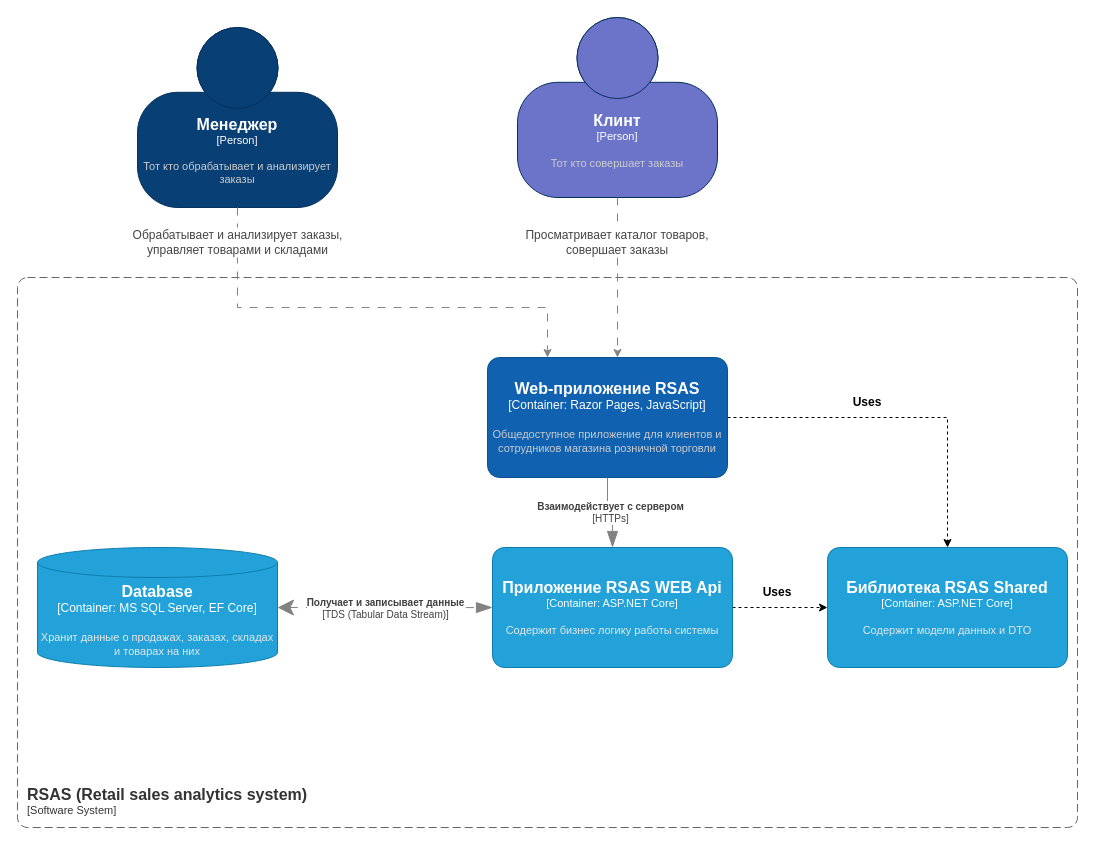
Above: page "Context" (1 of 6) of Documentation/Code/C4/C4.drawio in FranGranDev/RSAS (draw.io), before the change. Source tidied: cells renumbered, new cells numbered last; positions are measured from the earlier drawing's top-left corner, leaving out a move shared by most shapes. Both pictures are drawn from the tidied source at 100%, with x=0, y=0 at pixel (17, 17).
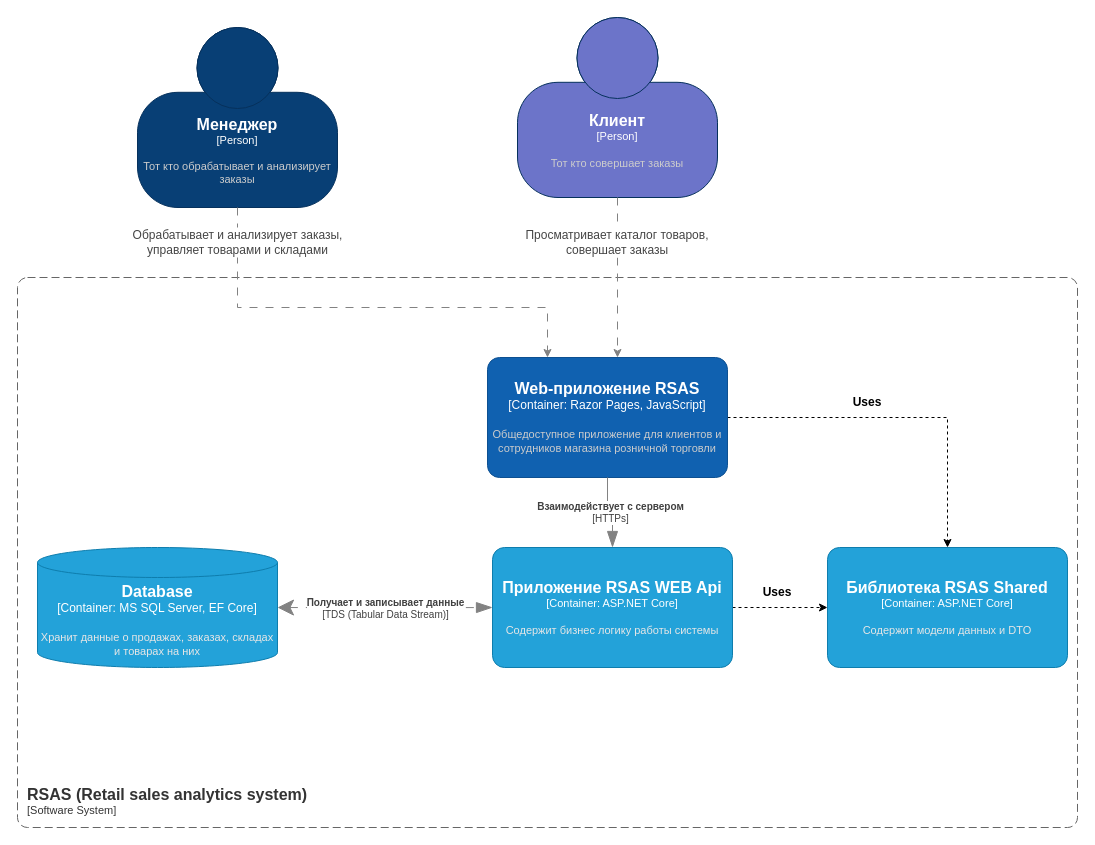
The same diagram, later.

The edit, as a diff of the source:
```diff
@@
-    <object id="2" label="&lt;font style=&quot;font-size: 16px&quot;&gt;&lt;b&gt;%c4Name%&lt;/b&gt;&lt;/font&gt;&lt;div&gt;[%c4Type%]&lt;/div&gt;&lt;br&gt;&lt;div&gt;&lt;font style=&quot;font-size: 11px&quot;&gt;&lt;font color=&quot;#cccccc&quot;&gt;%c4Description%&lt;/font&gt;&lt;/div&gt;" c4Description="Тот кто совершает заказы" c4Name="Клинт" c4Type="Person" placeholders="1">
+    <object id="2" label="&lt;font style=&quot;font-size: 16px&quot;&gt;&lt;b&gt;%c4Name%&lt;/b&gt;&lt;/font&gt;&lt;div&gt;[%c4Type%]&lt;/div&gt;&lt;br&gt;&lt;div&gt;&lt;font style=&quot;font-size: 11px&quot;&gt;&lt;font color=&quot;#cccccc&quot;&gt;%c4Description%&lt;/font&gt;&lt;/div&gt;" c4Description="Тот кто совершает заказы" c4Name="Клиент" c4Type="Person" placeholders="1">
       <mxCell style="html=1;fontSize=11;dashed=0;whiteSpace=wrap;fillColor=#6c74c9;strokeColor=#06315C;fontColor=#ffffff;shape=mxgraph.c4.person2;align=center;points=[[0.5,0,0],[1,0.5,0],[1,0.75,0],[0.75,1,0],[0.5,1,0],[0.25,1,0],[0,0.75,0],[0,0.5,0]];" parent="1" vertex="1">
         <mxGeometry x="500" width="200" height="180" as="geometry" />
       </mxCell>
     </object>
```
